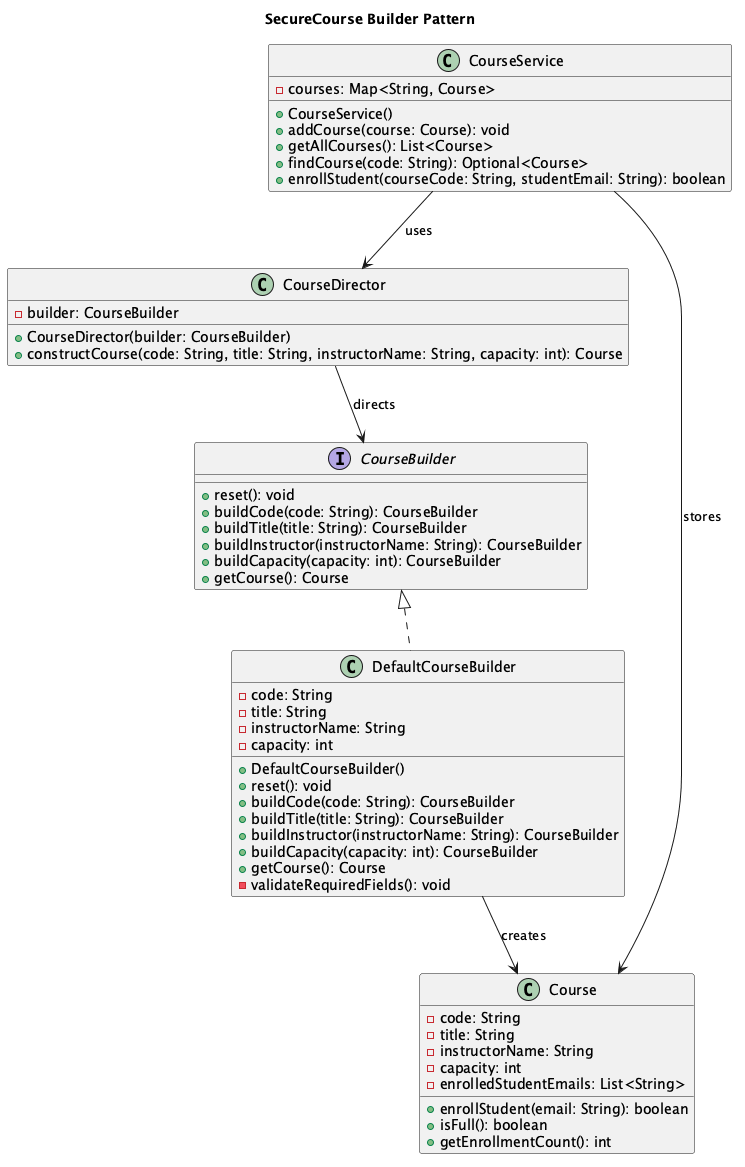
The PlantUML diagram builder-pattern.png in carlotarzua/SE450Project, before a commit.
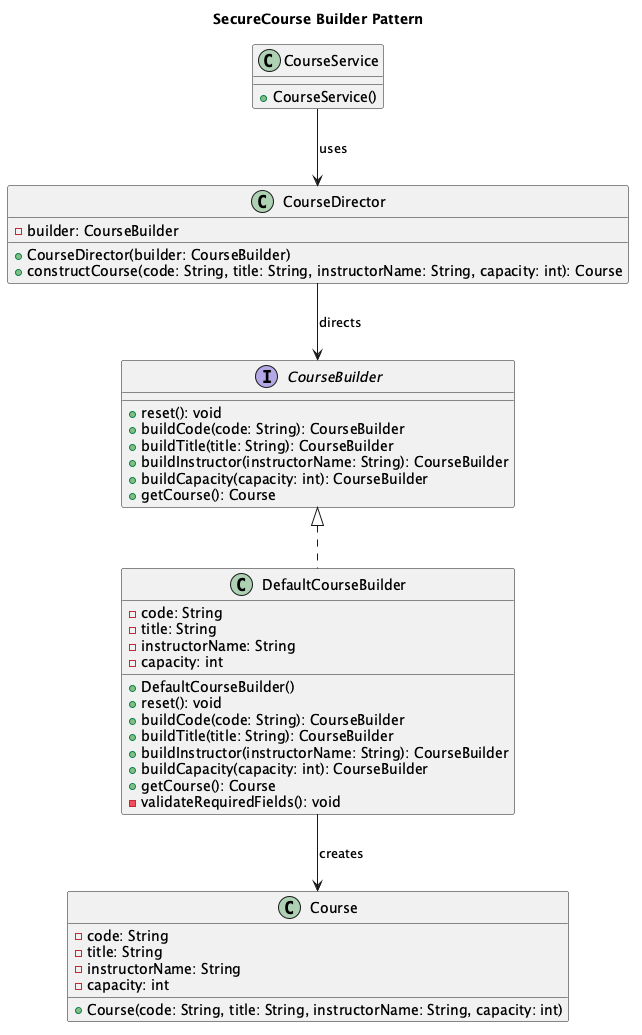
Later version of the same file.

Commit message:
Simplify Builder UML to relevant pattern members

Change to the diagram source:
```diff
@@ -36,25 +36,16 @@
     -title: String
     -instructorName: String
     -capacity: int
-    -enrolledStudentEmails: List<String>
-    +enrollStudent(email: String): boolean
-    +isFull(): boolean
-    +getEnrollmentCount(): int
+    +Course(code: String, title: String, instructorName: String, capacity: int)
 }
 
 class CourseService {
-    -courses: Map<String, Course>
     +CourseService()
-    +addCourse(course: Course): void
-    +getAllCourses(): List<Course>
-    +findCourse(code: String): Optional<Course>
-    +enrollStudent(courseCode: String, studentEmail: String): boolean
 }
 
 CourseBuilder <|.. DefaultCourseBuilder
 DefaultCourseBuilder --> Course : creates
 CourseDirector --> CourseBuilder : directs
 CourseService --> CourseDirector : uses
-CourseService --> Course : stores
 
 @enduml
```
